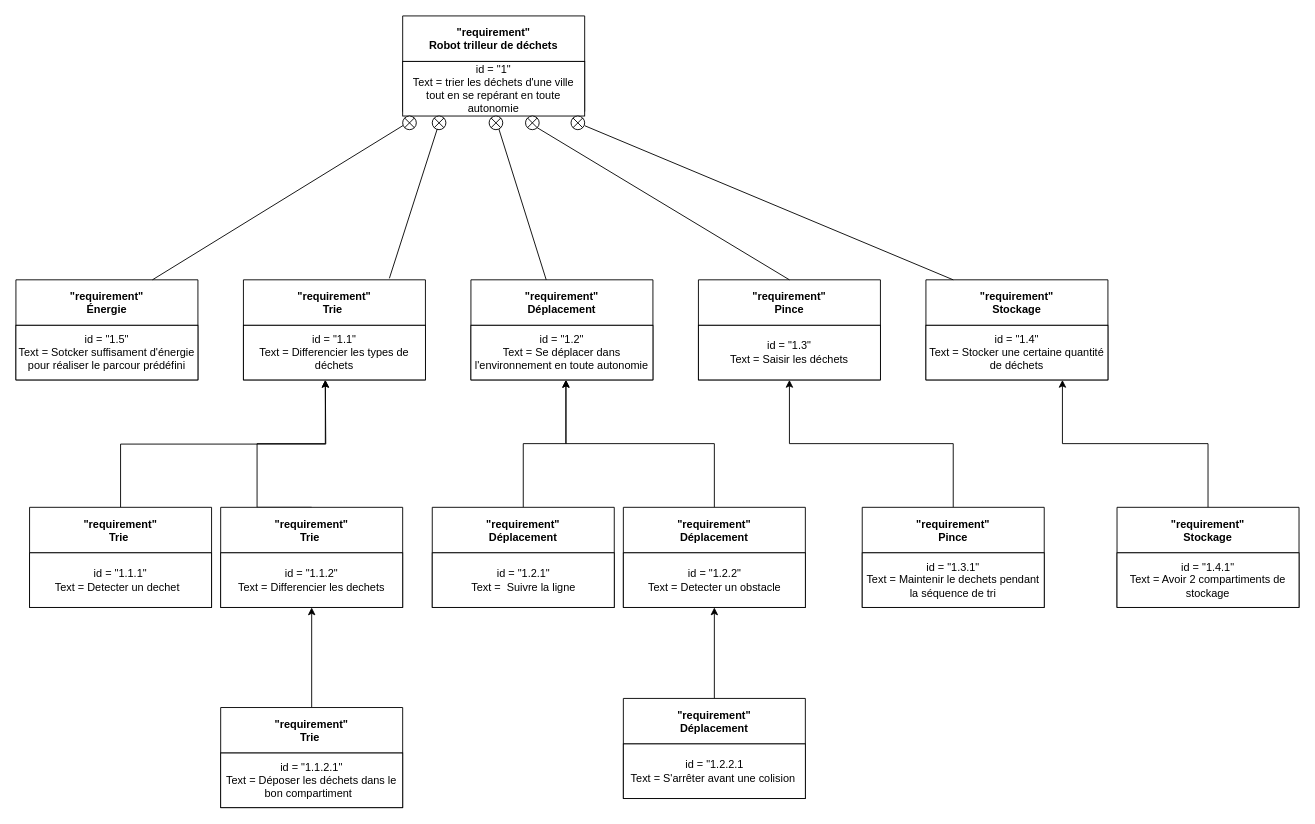
This is Diag/Diagramme des exigences.drawio from neoluigi4123/Mbot, a draw.io file, before an edit. Source tidied: cells renumbered, new cells numbered last; positions are measured from the earlier drawing's top-left corner, leaving out a move shared by most shapes. Both pictures are drawn from the tidied source at 91%, with x=0, y=0 at pixel (15, 15).
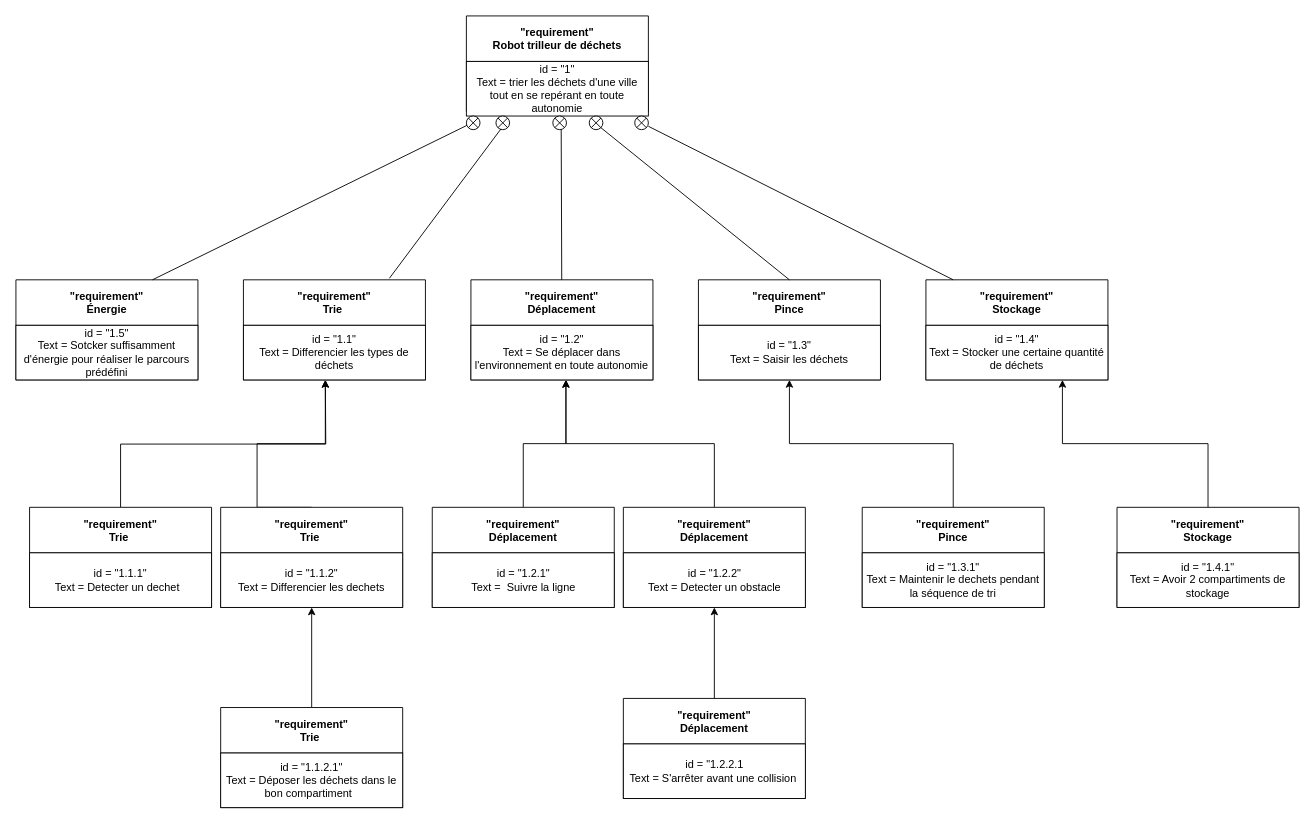
The same page after the edit.

The change refers to these unchanged cells:
```xml
<mxCell id="40" value="&quot;requirement&quot;&#10;Déplacement" style="swimlane;startSize=50;" parent="1" vertex="1">
  <mxGeometry x="667.5" y="750" width="200" height="110" as="geometry" />
</mxCell>
<mxCell id="45" value="&quot;requirement&quot;&#10;Énergie" style="swimlane;startSize=50;" parent="1" vertex="1">
  <mxGeometry y="290" width="200" height="110" as="geometry" />
</mxCell>
```

Diff of the diagram source:
```diff
@@
     <mxCell id="2" value="&quot;requirement&quot;&#10;Robot trilleur de déchets" style="swimlane;startSize=50;" parent="1" vertex="1">
-      <mxGeometry x="425" width="200" height="105" as="geometry" />
+      <mxGeometry x="495" width="200" height="105" as="geometry" />
     </mxCell>
@@
     <mxCell id="15" style="verticalLabelPosition=bottom;verticalAlign=top;html=1;shape=mxgraph.flowchart.or;" parent="1" vertex="1">
-      <mxGeometry x="457.5" y="110" width="15" height="15" as="geometry" />
+      <mxGeometry x="527.5" y="110" width="15" height="15" as="geometry" />
     </mxCell>
@@
     <mxCell id="17" style="verticalLabelPosition=bottom;verticalAlign=top;html=1;shape=mxgraph.flowchart.or;" parent="1" vertex="1">
-      <mxGeometry x="520" y="110" width="15" height="15" as="geometry" />
+      <mxGeometry x="590" y="110" width="15" height="15" as="geometry" />
     </mxCell>
@@
     <mxCell id="30" style="verticalLabelPosition=bottom;verticalAlign=top;html=1;shape=mxgraph.flowchart.or;" parent="1" vertex="1">
-      <mxGeometry x="610" y="110" width="15" height="15" as="geometry" />
+      <mxGeometry x="680" y="110" width="15" height="15" as="geometry" />
     </mxCell>
@@
     <mxCell id="35" style="verticalLabelPosition=bottom;verticalAlign=top;html=1;shape=mxgraph.flowchart.or;" parent="1" vertex="1">
-      <mxGeometry x="560" y="110" width="15" height="15" as="geometry" />
+      <mxGeometry x="630" y="110" width="15" height="15" as="geometry" />
     </mxCell>
@@
-    <mxCell id="41" value="id = &quot;1.2.2.1&lt;br&gt;Text = S'arrêter avant une colision&amp;nbsp;" style="whiteSpace=wrap;html=1;" parent="40" vertex="1">
+    <mxCell id="41" value="id = &quot;1.2.2.1&lt;br&gt;Text = S'arrêter avant une collision&amp;nbsp;" style="whiteSpace=wrap;html=1;" parent="40" vertex="1">
       <mxGeometry y="50" width="200" height="60" as="geometry" />
     </mxCell>
@@
-    <mxCell id="46" value="id = &quot;1.5&quot;&lt;br&gt;Text = Sotcker suffisament d'énergie pour réaliser le parcour prédéfini" style="whiteSpace=wrap;html=1;" parent="45" vertex="1">
+    <mxCell id="46" value="id = &quot;1.5&quot;&lt;br&gt;Text = Sotcker suffisamment d'énergie pour réaliser le parcours prédéfini" style="whiteSpace=wrap;html=1;" parent="45" vertex="1">
       <mxGeometry y="50" width="200" height="60" as="geometry" />
     </mxCell>
@@
     <mxCell id="48" style="verticalLabelPosition=bottom;verticalAlign=top;html=1;shape=mxgraph.flowchart.or;" parent="1" vertex="1">
-      <mxGeometry x="425" y="110" width="15" height="15" as="geometry" />
+      <mxGeometry x="495" y="110" width="15" height="15" as="geometry" />
     </mxCell>
```
